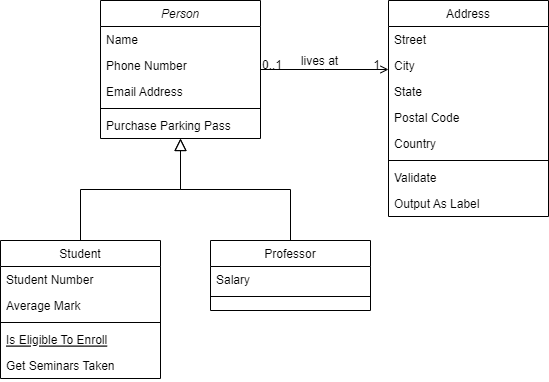
Above: Klassendiagramm.drawio.png in Leo2598/Klassendiagramm (draw.io), before the change. Source tidied: cells renumbered, new cells last; positions are measured from the earlier drawing's top-left corner, leaving out a move shared by most shapes.
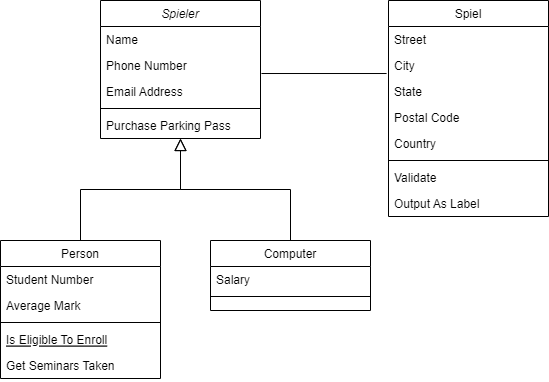
Later version of the same file.

Diff of the diagram source:
```diff
@@ -2,7 +2,7 @@
   <root>
     <mxCell id="0" />
     <mxCell id="1" parent="0" />
-    <mxCell id="2" value="Person" style="swimlane;fontStyle=2;align=center;verticalAlign=top;horizontal=1;startSize=26;rounded=0;shadow=0;strokeWidth=1;" parent="1" vertex="1">
+    <mxCell id="2" value="Spieler" style="swimlane;fontStyle=2;align=center;verticalAlign=top;horizontal=1;startSize=26;rounded=0;shadow=0;strokeWidth=1;" parent="1" vertex="1">
       <mxGeometry x="100" width="160" height="138" as="geometry" />
     </mxCell>
     <mxCell id="3" value="Name" style="text;align=left;verticalAlign=top;spacingLeft=4;spacingRight=4;overflow=hidden;" parent="2" vertex="1">
@@ -20,7 +20,7 @@
     <mxCell id="7" value="Purchase Parking Pass" style="text;align=left;verticalAlign=top;spacingLeft=4;spacingRight=4;overflow=hidden;" parent="2" vertex="1">
       <mxGeometry y="112" width="160" height="26" as="geometry" />
     </mxCell>
-    <mxCell id="8" value="Student" style="swimlane;fontStyle=0;align=center;verticalAlign=top;horizontal=1;startSize=26;rounded=0;shadow=0;strokeWidth=1;" parent="1" vertex="1">
+    <mxCell id="8" value="Person" style="swimlane;fontStyle=0;align=center;verticalAlign=top;horizontal=1;startSize=26;rounded=0;shadow=0;strokeWidth=1;" parent="1" vertex="1">
       <mxGeometry y="240" width="160" height="138" as="geometry" />
     </mxCell>
     <mxCell id="9" value="Student Number" style="text;align=left;verticalAlign=top;spacingLeft=4;spacingRight=4;overflow=hidden;" parent="8" vertex="1">
@@ -41,7 +41,7 @@
     <mxCell id="14" style="endArrow=block;endSize=10;endFill=0;shadow=0;strokeWidth=1;rounded=0;edgeStyle=elbowEdgeStyle;elbow=vertical;" parent="1" edge="1" source="8" target="2">
       <mxGeometry relative="1" as="geometry" />
     </mxCell>
-    <mxCell id="15" value="Professor" style="swimlane;fontStyle=0;align=center;verticalAlign=top;horizontal=1;startSize=26;rounded=0;shadow=0;strokeWidth=1;" parent="1" vertex="1">
+    <mxCell id="15" value="Computer" style="swimlane;fontStyle=0;align=center;verticalAlign=top;horizontal=1;startSize=26;rounded=0;shadow=0;strokeWidth=1;" parent="1" vertex="1">
       <mxGeometry x="210" y="240" width="160" height="70" as="geometry" />
     </mxCell>
     <mxCell id="16" value="Salary" style="text;align=left;verticalAlign=top;spacingLeft=4;spacingRight=4;overflow=hidden;" parent="15" vertex="1">
@@ -53,7 +53,7 @@
     <mxCell id="18" style="endArrow=block;endSize=10;endFill=0;shadow=0;strokeWidth=1;rounded=0;edgeStyle=elbowEdgeStyle;elbow=vertical;" parent="1" edge="1" source="15" target="2">
       <mxGeometry relative="1" as="geometry" />
     </mxCell>
-    <mxCell id="19" value="Address" style="swimlane;fontStyle=0;align=center;verticalAlign=top;horizontal=1;startSize=26;rounded=0;shadow=0;strokeWidth=1;" parent="1" vertex="1">
+    <mxCell id="19" value="Spiel" style="swimlane;fontStyle=0;align=center;verticalAlign=top;horizontal=1;startSize=26;rounded=0;shadow=0;strokeWidth=1;" parent="1" vertex="1">
       <mxGeometry x="388" width="160" height="216" as="geometry" />
     </mxCell>
     <mxCell id="20" value="Street" style="text;align=left;verticalAlign=top;spacingLeft=4;spacingRight=4;overflow=hidden;" parent="19" vertex="1">
@@ -80,25 +80,8 @@
     <mxCell id="27" value="Output As Label" style="text;align=left;verticalAlign=top;spacingLeft=4;spacingRight=4;overflow=hidden;" parent="19" vertex="1">
       <mxGeometry y="190" width="160" height="26" as="geometry" />
     </mxCell>
-    <mxCell id="28" style="endArrow=open;shadow=0;strokeWidth=1;rounded=0;endFill=1;edgeStyle=elbowEdgeStyle;elbow=vertical;" parent="1" edge="1" source="2" target="19">
-      <mxGeometry x="0.5" y="41" relative="1" as="geometry">
-        <mxPoint x="-40" y="32" as="offset" />
-      </mxGeometry>
-    </mxCell>
-    <mxCell id="29" value="0..1" style="align=left;verticalAlign=bottom;labelBackgroundColor=none;fontSize=12;" parent="28" vertex="1">
-      <mxGeometry x="-1" relative="1" as="geometry">
-        <mxPoint y="4" as="offset" />
-      </mxGeometry>
-    </mxCell>
-    <mxCell id="30" value="1" style="align=right;verticalAlign=bottom;labelBackgroundColor=none;fontSize=12;" parent="28" vertex="1">
-      <mxGeometry x="1" relative="1" as="geometry">
-        <mxPoint x="-7" y="4" as="offset" />
-      </mxGeometry>
-    </mxCell>
-    <mxCell id="31" value="lives at" style="text;html=1;align=center;verticalAlign=middle;labelBackgroundColor=none;rounded=0;shadow=0;strokeWidth=1;fontSize=12;" parent="28" vertex="1">
-      <mxGeometry x="0.5" y="49" relative="1" as="geometry">
-        <mxPoint x="-38" y="40" as="offset" />
-      </mxGeometry>
-    </mxCell>
+    <mxCell id="32" style="endArrow=none;html=1;rounded=0;strokeColor=default;entryX=-0.012;entryY=0.808;entryDx=0;entryDy=0;exitX=1.006;exitY=0.808;exitDx=0;exitDy=0;exitPerimeter=0;entryPerimeter=0;" parent="1" edge="1" source="4" target="21">
+      <mxGeometry relative="1" as="geometry" />
+    </mxCell>
   </root>
 </mxGraphModel>
```
